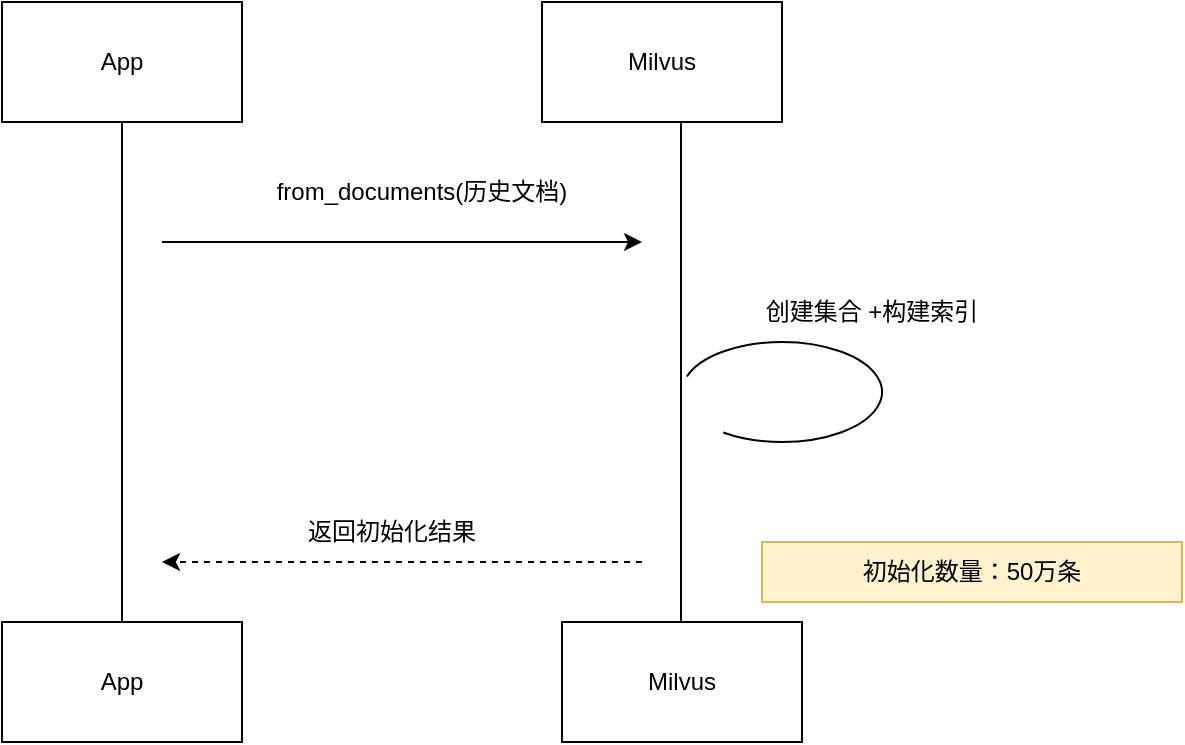
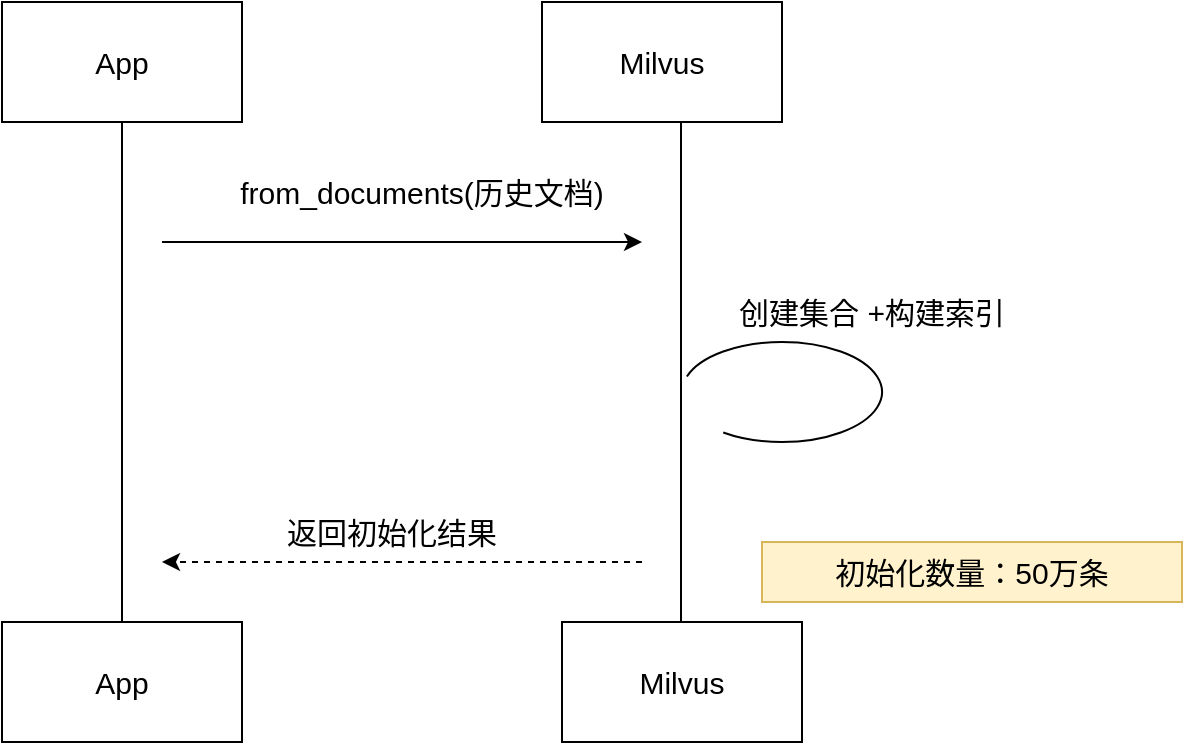
<mxfile host="app.diagrams.net">
  <diagram name="第 1 页" id="UUt5R9PCVqIVP22lnHmb">
    <mxGraphModel dx="1414" dy="751" grid="1" gridSize="10" guides="1" tooltips="1" connect="1" arrows="1" fold="1" page="1" pageScale="1" pageWidth="827" pageHeight="1169" math="0" shadow="0">
      <root>
        <mxCell id="0" />
        <mxCell id="1" parent="0" />
-         <mxCell id="fyHhUcTejEDvJsqJKB2t-1" parent="1" style="rounded=0;whiteSpace=wrap;html=1;" value="App" vertex="1">
+         <mxCell id="fyHhUcTejEDvJsqJKB2t-1" parent="1" style="rounded=0;whiteSpace=wrap;html=1;fontSize=15;" value="App" vertex="1">
          <mxGeometry height="60" width="120" x="260" y="140" as="geometry" />
        </mxCell>
-         <mxCell id="fyHhUcTejEDvJsqJKB2t-2" parent="1" style="rounded=0;whiteSpace=wrap;html=1;" value="App" vertex="1">
+         <mxCell id="fyHhUcTejEDvJsqJKB2t-2" parent="1" style="rounded=0;whiteSpace=wrap;html=1;fontSize=15;" value="App" vertex="1">
          <mxGeometry height="60" width="120" x="260" y="450" as="geometry" />
        </mxCell>
-         <mxCell id="fyHhUcTejEDvJsqJKB2t-3" parent="1" style="rounded=0;whiteSpace=wrap;html=1;" value="Milvus" vertex="1">
+         <mxCell id="fyHhUcTejEDvJsqJKB2t-3" parent="1" style="rounded=0;whiteSpace=wrap;html=1;fontSize=15;" value="Milvus" vertex="1">
          <mxGeometry height="60" width="120" x="530" y="140" as="geometry" />
        </mxCell>
-         <mxCell id="fyHhUcTejEDvJsqJKB2t-4" parent="1" style="rounded=0;whiteSpace=wrap;html=1;" value="Milvus" vertex="1">
+         <mxCell id="fyHhUcTejEDvJsqJKB2t-4" parent="1" style="rounded=0;whiteSpace=wrap;html=1;fontSize=15;" value="Milvus" vertex="1">
          <mxGeometry height="60" width="120" x="540" y="450" as="geometry" />
        </mxCell>
-         <mxCell id="fyHhUcTejEDvJsqJKB2t-5" edge="1" parent="1" source="fyHhUcTejEDvJsqJKB2t-2" style="endArrow=none;html=1;rounded=0;entryX=0.5;entryY=1;entryDx=0;entryDy=0;exitX=0.5;exitY=0;exitDx=0;exitDy=0;" target="fyHhUcTejEDvJsqJKB2t-1" value="">
+         <mxCell id="fyHhUcTejEDvJsqJKB2t-5" edge="1" parent="1" source="fyHhUcTejEDvJsqJKB2t-2" style="endArrow=none;html=1;rounded=0;entryX=0.5;entryY=1;entryDx=0;entryDy=0;exitX=0.5;exitY=0;exitDx=0;exitDy=0;fontSize=15;" target="fyHhUcTejEDvJsqJKB2t-1" value="">
          <mxGeometry height="50" relative="1" width="50" as="geometry">
            <mxPoint x="300" y="300" as="sourcePoint" />
            <mxPoint x="350" y="250" as="targetPoint" />
          </mxGeometry>
        </mxCell>
-         <mxCell id="fyHhUcTejEDvJsqJKB2t-6" edge="1" parent="1" style="endArrow=none;html=1;rounded=0;entryX=0.5;entryY=1;entryDx=0;entryDy=0;exitX=0.5;exitY=0;exitDx=0;exitDy=0;" value="">
+         <mxCell id="fyHhUcTejEDvJsqJKB2t-6" edge="1" parent="1" style="endArrow=none;html=1;rounded=0;entryX=0.5;entryY=1;entryDx=0;entryDy=0;exitX=0.5;exitY=0;exitDx=0;exitDy=0;fontSize=15;" value="">
          <mxGeometry height="50" relative="1" width="50" as="geometry">
            <mxPoint x="599.5" y="450" as="sourcePoint" />
            <mxPoint x="599.5" y="200" as="targetPoint" />
          </mxGeometry>
        </mxCell>
-         <mxCell id="fyHhUcTejEDvJsqJKB2t-7" edge="1" parent="1" style="endArrow=classic;html=1;rounded=0;" value="">
+         <mxCell id="fyHhUcTejEDvJsqJKB2t-7" edge="1" parent="1" style="endArrow=classic;html=1;rounded=0;fontSize=15;" value="">
          <mxGeometry height="50" relative="1" width="50" as="geometry">
            <mxPoint x="340" y="260" as="sourcePoint" />
            <mxPoint x="580" y="260" as="targetPoint" />
          </mxGeometry>
        </mxCell>
-         <mxCell id="fyHhUcTejEDvJsqJKB2t-8" parent="1" style="text;html=1;whiteSpace=wrap;strokeColor=none;fillColor=none;align=center;verticalAlign=middle;rounded=0;" value="from_documents(历史文档)" vertex="1">
+         <mxCell id="fyHhUcTejEDvJsqJKB2t-8" parent="1" style="text;html=1;whiteSpace=wrap;strokeColor=none;fillColor=none;align=center;verticalAlign=middle;rounded=0;fontSize=15;" value="from_documents(历史文档)" vertex="1">
          <mxGeometry height="30" width="220" x="360" y="220" as="geometry" />
        </mxCell>
-         <mxCell id="fyHhUcTejEDvJsqJKB2t-9" parent="1" style="shape=mxgraph.basic.arc;html=1;startAngle=0.3;endAngle=0.1;endArrow=classic;endFill=1;flipH=1;legacyAnchorPoints=0;flipV=1;" value="" vertex="1">
+         <mxCell id="fyHhUcTejEDvJsqJKB2t-9" parent="1" style="shape=mxgraph.basic.arc;html=1;startAngle=0.3;endAngle=0.1;endArrow=classic;endFill=1;flipH=1;legacyAnchorPoints=0;flipV=1;fontSize=15;" value="" vertex="1">
          <mxGeometry height="50" width="100" x="600" y="310" as="geometry" />
        </mxCell>
-         <mxCell id="fyHhUcTejEDvJsqJKB2t-11" parent="1" style="text;html=1;whiteSpace=wrap;strokeColor=none;fillColor=none;align=center;verticalAlign=middle;rounded=0;" value="创建集合 +构建索引" vertex="1">
+         <mxCell id="fyHhUcTejEDvJsqJKB2t-11" parent="1" style="text;html=1;whiteSpace=wrap;strokeColor=none;fillColor=none;align=center;verticalAlign=middle;rounded=0;fontSize=15;" value="创建集合 +构建索引" vertex="1">
          <mxGeometry height="30" width="190" x="600" y="280" as="geometry" />
        </mxCell>
-         <mxCell id="fyHhUcTejEDvJsqJKB2t-12" edge="1" parent="1" style="endArrow=classic;html=1;rounded=0;dashed=1;" value="">
+         <mxCell id="fyHhUcTejEDvJsqJKB2t-12" edge="1" parent="1" style="endArrow=classic;html=1;rounded=0;dashed=1;fontSize=15;" value="">
          <mxGeometry height="50" relative="1" width="50" as="geometry">
            <mxPoint x="580" y="420" as="sourcePoint" />
            <mxPoint x="340" y="420" as="targetPoint" />
          </mxGeometry>
        </mxCell>
-         <mxCell id="fyHhUcTejEDvJsqJKB2t-13" parent="1" style="text;html=1;whiteSpace=wrap;strokeColor=none;fillColor=none;align=center;verticalAlign=middle;rounded=0;" value="返回初始化结果" vertex="1">
+         <mxCell id="fyHhUcTejEDvJsqJKB2t-13" parent="1" style="text;html=1;whiteSpace=wrap;strokeColor=none;fillColor=none;align=center;verticalAlign=middle;rounded=0;fontSize=15;" value="返回初始化结果" vertex="1">
          <mxGeometry height="30" width="170" x="370" y="390" as="geometry" />
        </mxCell>
-         <mxCell id="fyHhUcTejEDvJsqJKB2t-14" parent="1" style="rounded=0;whiteSpace=wrap;html=1;fillColor=#fff2cc;strokeColor=#d6b656;" value="初始化数量：50万条" vertex="1">
+         <mxCell id="fyHhUcTejEDvJsqJKB2t-14" parent="1" style="rounded=0;whiteSpace=wrap;html=1;fillColor=#fff2cc;strokeColor=#d6b656;fontSize=15;" value="初始化数量：50万条" vertex="1">
          <mxGeometry height="30" width="210" x="640" y="410" as="geometry" />
        </mxCell>
      </root>
    </mxGraphModel>
  </diagram>
</mxfile>
